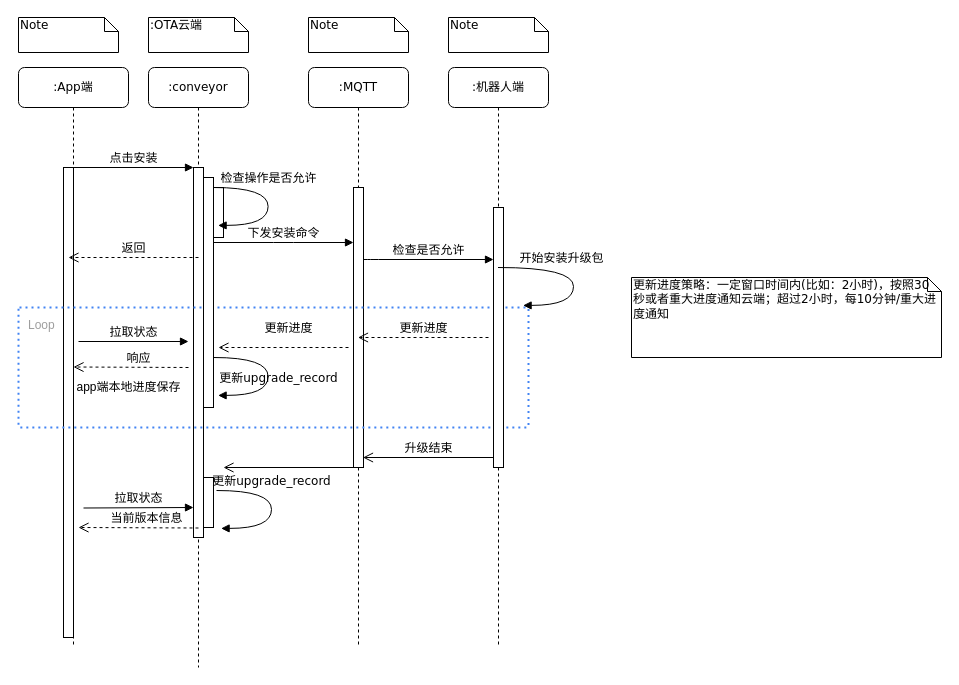
feihu618/drawio keeps this draw.io diagram as craft/upgrade_flow.drawio. Above is the earlier version. Source tidied: cells renumbered, new cells numbered last; positions are measured from the earlier drawing's top-left corner, leaving out a move shared by most shapes. Both pictures are drawn from the tidied source at 100%, with x=0, y=0 at pixel (18, 17).
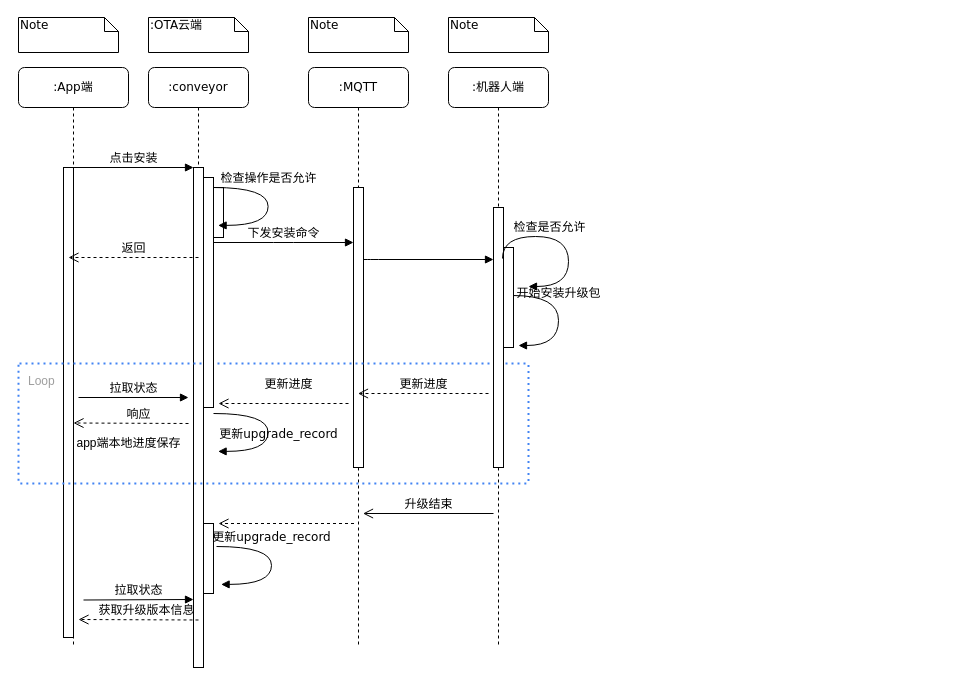
The same diagram, later.

The change refers to these unchanged cells:
```xml
<mxCell id="2" value=":conveyor" style="shape=umlLifeline;perimeter=lifelinePerimeter;whiteSpace=wrap;html=1;rounded=1;shadow=0;comic=0;labelBackgroundColor=none;strokeWidth=1;fontFamily=Verdana;fontSize=12;align=center;" parent="1" vertex="1">
  <mxGeometry x="130" y="50" width="100" height="600" as="geometry" />
</mxCell>
<mxCell id="9" value=":MQTT" style="shape=umlLifeline;perimeter=lifelinePerimeter;whiteSpace=wrap;html=1;outlineConnect=0;rounded=1;shadow=0;comic=0;labelBackgroundColor=none;strokeWidth=1;fontFamily=Verdana;fontSize=12;align=center;" parent="1" vertex="1">
  <mxGeometry x="290" y="50" width="100" height="580" as="geometry" />
</mxCell>
<mxCell id="11" value=":机器人端" style="shape=umlLifeline;perimeter=lifelinePerimeter;whiteSpace=wrap;html=1;outlineConnect=0;rounded=1;shadow=0;comic=0;labelBackgroundColor=none;strokeWidth=1;fontFamily=Verdana;fontSize=12;align=center;" parent="1" vertex="1">
  <mxGeometry x="430" y="50" width="100" height="580" as="geometry" />
</mxCell>
<mxCell id="12" value=":App端" style="shape=umlLifeline;perimeter=lifelinePerimeter;whiteSpace=wrap;html=1;rounded=1;shadow=0;comic=0;labelBackgroundColor=none;strokeWidth=1;fontFamily=Verdana;fontSize=12;align=center;" parent="1" vertex="1">
  <mxGeometry y="50" width="110" height="580" as="geometry" />
</mxCell>
```

Diff of the diagram source:
```diff
@@
     <mxCell id="3" style="html=1;points=[];perimeter=orthogonalPerimeter;rounded=0;shadow=0;comic=0;labelBackgroundColor=none;strokeWidth=1;fontFamily=Verdana;fontSize=12;align=center;" parent="2" vertex="1">
-      <mxGeometry x="45" y="100" width="10" height="370" as="geometry" />
+      <mxGeometry x="45" y="100" width="10" height="500" as="geometry" />
     </mxCell>
     <mxCell id="4" value="更新upgrade_record" style="html=1;verticalAlign=bottom;endArrow=block;labelBackgroundColor=none;fontFamily=Verdana;fontSize=12;elbow=vertical;edgeStyle=orthogonalEdgeStyle;curved=1;entryX=1;entryY=0.286;entryPerimeter=0;exitX=1.038;exitY=0.345;exitPerimeter=0;" parent="2" edge="1">
       <mxGeometry x="0.19" y="10" relative="1" as="geometry">
-        <mxPoint x="65" y="290" as="sourcePoint" />
-        <mxPoint x="69.6" y="327.9" as="targetPoint" />
+        <mxPoint x="65" y="346" as="sourcePoint" />
+        <mxPoint x="69.6" y="383.9" as="targetPoint" />
         <Array as="points">
-          <mxPoint x="119.6" y="289.9" />
-          <mxPoint x="119.6" y="327.9" />
+          <mxPoint x="119.6" y="345.9" />
+          <mxPoint x="119.6" y="383.9" />
         </Array>
       </mxGeometry>
     </mxCell>
     <mxCell id="5" style="html=1;perimeter=orthogonalPerimeter;rounded=0;shadow=0;comic=0;labelBackgroundColor=none;strokeWidth=1;fontFamily=Verdana;fontSize=12;align=center;" parent="2" vertex="1">
-      <mxGeometry x="55" y="410" width="10" height="50" as="geometry" />
+      <mxGeometry x="55" y="456" width="10" height="70" as="geometry" />
     </mxCell>
     <mxCell id="6" value="拉取状态" style="html=1;verticalAlign=bottom;endArrow=block;entryX=0;entryY=0;labelBackgroundColor=none;fontFamily=Verdana;fontSize=12;edgeStyle=elbowEdgeStyle;elbow=vertical;" parent="2" edge="1">
       <mxGeometry relative="1" as="geometry">
-        <mxPoint x="-65" y="440.5" as="sourcePoint" />
-        <mxPoint x="45" y="440" as="targetPoint" />
+        <mxPoint x="-65" y="532.5" as="sourcePoint" />
+        <mxPoint x="45" y="532" as="targetPoint" />
         <Array as="points">
-          <mxPoint x="-80" y="440" />
+          <mxPoint x="-80" y="532" />
         </Array>
       </mxGeometry>
     </mxCell>
@@
-    <mxCell id="8" style="html=1;verticalAlign=bottom;endArrow=open;endSize=8;labelBackgroundColor=none;fontFamily=Verdana;fontSize=12;" parent="2" edge="1">
+    <mxCell id="8" style="html=1;verticalAlign=bottom;endArrow=open;endSize=8;labelBackgroundColor=none;fontFamily=Verdana;fontSize=12;dashed=1;" parent="2" edge="1">
       <mxGeometry relative="1" as="geometry">
-        <mxPoint x="205.5" y="400" as="sourcePoint" />
-        <mxPoint x="75" y="400" as="targetPoint" />
+        <mxPoint x="205.5" y="456" as="sourcePoint" />
+        <mxPoint x="70" y="456" as="targetPoint" />
       </mxGeometry>
     </mxCell>
@@
+    <mxCell id="37" style="html=1;points=[];perimeter=orthogonalPerimeter;rounded=0;shadow=0;comic=0;labelBackgroundColor=none;strokeWidth=1;fontFamily=Verdana;fontSize=12;align=center;" parent="11" vertex="1">
+      <mxGeometry x="55" y="180" width="10" height="100" as="geometry" />
+    </mxCell>
@@
     <mxCell id="14" value="Loop" style="rounded=1;absoluteArcSize=1;arcSize=2;html=1;strokeColor=#33FF99;gradientColor=none;shadow=0;dashed=1;strokeColor=#4284F3;fontSize=12;fontColor=#9E9E9E;align=left;verticalAlign=top;spacing=10;spacingTop=-4;fillColor=none;dashPattern=1 2;strokeWidth=2;" parent="12" vertex="1">
-      <mxGeometry y="240" width="510" height="120" as="geometry" />
+      <mxGeometry y="296" width="510" height="120" as="geometry" />
     </mxCell>
     <mxCell id="15" value="响应" style="html=1;verticalAlign=bottom;endArrow=open;dashed=1;endSize=8;labelBackgroundColor=none;fontFamily=Verdana;fontSize=12;" parent="12" edge="1">
       <mxGeometry x="-0.13" relative="1" as="geometry">
-        <mxPoint x="170" y="300" as="sourcePoint" />
-        <mxPoint x="55" y="299.5" as="targetPoint" />
+        <mxPoint x="170" y="356" as="sourcePoint" />
+        <mxPoint x="55" y="355.5" as="targetPoint" />
       </mxGeometry>
     </mxCell>
     <mxCell id="16" value="app端本地进度保存" style="text;html=1;align=center;verticalAlign=middle;fillColor=none;strokeColor=none;rounded=0;" parent="12" vertex="1">
-      <mxGeometry x="50" y="310" width="120" height="20" as="geometry" />
+      <mxGeometry x="50" y="366" width="120" height="20" as="geometry" />
     </mxCell>
@@
-    <mxCell id="18" value="检查是否允许" style="html=1;verticalAlign=bottom;endArrow=block;labelBackgroundColor=none;fontFamily=Verdana;fontSize=12;edgeStyle=elbowEdgeStyle;elbow=vertical;" parent="1" edge="1">
+    <mxCell id="18" style="html=1;verticalAlign=bottom;endArrow=block;labelBackgroundColor=none;fontFamily=Verdana;fontSize=12;edgeStyle=elbowEdgeStyle;elbow=vertical;" parent="1" edge="1">
       <mxGeometry relative="1" as="geometry">
         <mxPoint x="345" y="242" as="sourcePoint" />
         <mxPoint x="475" y="242" as="targetPoint" />
         <Array as="points">
           <mxPoint x="350" y="242" />
         </Array>
       </mxGeometry>
     </mxCell>
@@
-    <mxCell id="28" value="更新进度" style="html=1;verticalAlign=bottom;endArrow=open;dashed=1;endSize=8;labelBackgroundColor=none;fontFamily=Verdana;fontSize=12;" parent="1" edge="1" target="9">
+    <mxCell id="28" value="更新进度" style="html=1;verticalAlign=bottom;endArrow=open;dashed=1;endSize=8;labelBackgroundColor=none;fontFamily=Verdana;fontSize=12;" parent="1" edge="1">
       <mxGeometry relative="1" as="geometry">
-        <mxPoint x="470" y="320" as="sourcePoint" />
+        <mxPoint x="470" y="376" as="sourcePoint" />
+        <mxPoint x="339.5" y="376" as="targetPoint" />
       </mxGeometry>
     </mxCell>
     <mxCell id="29" value="更新进度" style="html=1;verticalAlign=bottom;endArrow=open;dashed=1;endSize=8;labelBackgroundColor=none;fontFamily=Verdana;fontSize=12;" parent="1" edge="1">
       <mxGeometry x="-0.08" y="-10" relative="1" as="geometry">
-        <mxPoint x="330" y="330" as="sourcePoint" />
-        <mxPoint x="200" y="330" as="targetPoint" />
+        <mxPoint x="330" y="386" as="sourcePoint" />
+        <mxPoint x="200" y="386" as="targetPoint" />
       </mxGeometry>
     </mxCell>
-    <mxCell id="30" value="更新进度策略：一定窗口时间内(比如：2小时)，按照30秒或者重大进度通知云端；超过2小时，每10分钟/重大进度通知" style="shape=note;whiteSpace=wrap;html=1;size=14;verticalAlign=top;align=left;spacingTop=-6;rounded=0;shadow=0;comic=0;labelBackgroundColor=none;strokeWidth=1;fontFamily=Verdana;fontSize=12;" parent="1" vertex="1">
-      <mxGeometry x="613" y="260" width="310" height="80" as="geometry" />
-    </mxCell>
@@
     <mxCell id="32" value="拉取状态" style="html=1;verticalAlign=bottom;endArrow=block;entryX=0;entryY=0;labelBackgroundColor=none;fontFamily=Verdana;fontSize=12;edgeStyle=elbowEdgeStyle;elbow=vertical;" parent="1" edge="1">
       <mxGeometry relative="1" as="geometry">
-        <mxPoint x="60" y="324" as="sourcePoint" />
-        <mxPoint x="170" y="323.5" as="targetPoint" />
+        <mxPoint x="60" y="380" as="sourcePoint" />
+        <mxPoint x="170" y="379.5" as="targetPoint" />
       </mxGeometry>
     </mxCell>
     <mxCell id="33" value="升级结束" style="html=1;verticalAlign=bottom;endArrow=open;endSize=8;labelBackgroundColor=none;fontFamily=Verdana;fontSize=12;" parent="1" edge="1">
       <mxGeometry relative="1" as="geometry">
-        <mxPoint x="475" y="440" as="sourcePoint" />
-        <mxPoint x="344.5" y="440" as="targetPoint" />
+        <mxPoint x="475" y="496" as="sourcePoint" />
+        <mxPoint x="344.5" y="496" as="targetPoint" />
       </mxGeometry>
     </mxCell>
-    <mxCell id="34" value="当前版本信息" style="html=1;verticalAlign=bottom;endArrow=open;dashed=1;endSize=8;labelBackgroundColor=none;fontFamily=Verdana;fontSize=12;" parent="1" edge="1">
+    <mxCell id="34" value="获取升级版本信息" style="html=1;verticalAlign=bottom;endArrow=open;dashed=1;endSize=8;labelBackgroundColor=none;fontFamily=Verdana;fontSize=12;" parent="1" edge="1">
       <mxGeometry x="-0.13" relative="1" as="geometry">
-        <mxPoint x="180" y="510.5" as="sourcePoint" />
-        <mxPoint x="60" y="510" as="targetPoint" />
+        <mxPoint x="180" y="602.5" as="sourcePoint" />
+        <mxPoint x="60" y="602" as="targetPoint" />
       </mxGeometry>
     </mxCell>
     <mxCell id="35" value="更新upgrade_record" style="html=1;verticalAlign=bottom;endArrow=block;labelBackgroundColor=none;fontFamily=Verdana;fontSize=12;elbow=vertical;edgeStyle=orthogonalEdgeStyle;curved=1;entryX=1;entryY=0.286;entryPerimeter=0;exitX=1.038;exitY=0.345;exitPerimeter=0;" parent="1" edge="1">
       <mxGeometry x="-0.23" relative="1" as="geometry">
-        <mxPoint x="198" y="473" as="sourcePoint" />
-        <mxPoint x="202.6" y="510.9" as="targetPoint" />
+        <mxPoint x="198" y="529" as="sourcePoint" />
+        <mxPoint x="202.6" y="566.9" as="targetPoint" />
         <Array as="points">
-          <mxPoint x="253" y="473" />
-          <mxPoint x="253" y="511" />
+          <mxPoint x="253" y="529" />
+          <mxPoint x="253" y="567" />
         </Array>
       </mxGeometry>
     </mxCell>
-    <mxCell id="36" value="开始安装升级包" style="html=1;verticalAlign=bottom;endArrow=block;labelBackgroundColor=none;fontFamily=Verdana;fontSize=12;elbow=vertical;edgeStyle=orthogonalEdgeStyle;curved=1;entryX=1;entryY=0.286;entryPerimeter=0;" parent="1" edge="1" source="11">
+    <mxCell id="36" value="开始安装升级包" style="html=1;verticalAlign=bottom;endArrow=block;labelBackgroundColor=none;fontFamily=Verdana;fontSize=12;elbow=vertical;edgeStyle=orthogonalEdgeStyle;curved=1;" parent="1" edge="1">
       <mxGeometry x="-0.23" relative="1" as="geometry">
-        <mxPoint x="504.6" y="287.9" as="targetPoint" />
+        <mxPoint x="494.5" y="278" as="sourcePoint" />
+        <mxPoint x="500" y="328" as="targetPoint" />
         <Array as="points">
-          <mxPoint x="555" y="250" />
-          <mxPoint x="555" y="288" />
+          <mxPoint x="540" y="278" />
+          <mxPoint x="540" y="328" />
         </Array>
       </mxGeometry>
     </mxCell>
+    <mxCell id="38" value="检查是否允许" style="html=1;verticalAlign=bottom;endArrow=block;labelBackgroundColor=none;fontFamily=Verdana;fontSize=12;elbow=vertical;edgeStyle=orthogonalEdgeStyle;curved=1;exitX=-0.1;exitY=0.11;exitDx=0;exitDy=0;exitPerimeter=0;" parent="1" edge="1" source="37">
+      <mxGeometry x="-0.23" relative="1" as="geometry">
+        <mxPoint x="510" y="269" as="targetPoint" />
+        <Array as="points">
+          <mxPoint x="484" y="219" />
+          <mxPoint x="550" y="219" />
+          <mxPoint x="550" y="269" />
+        </Array>
+      </mxGeometry>
+    </mxCell>
```
